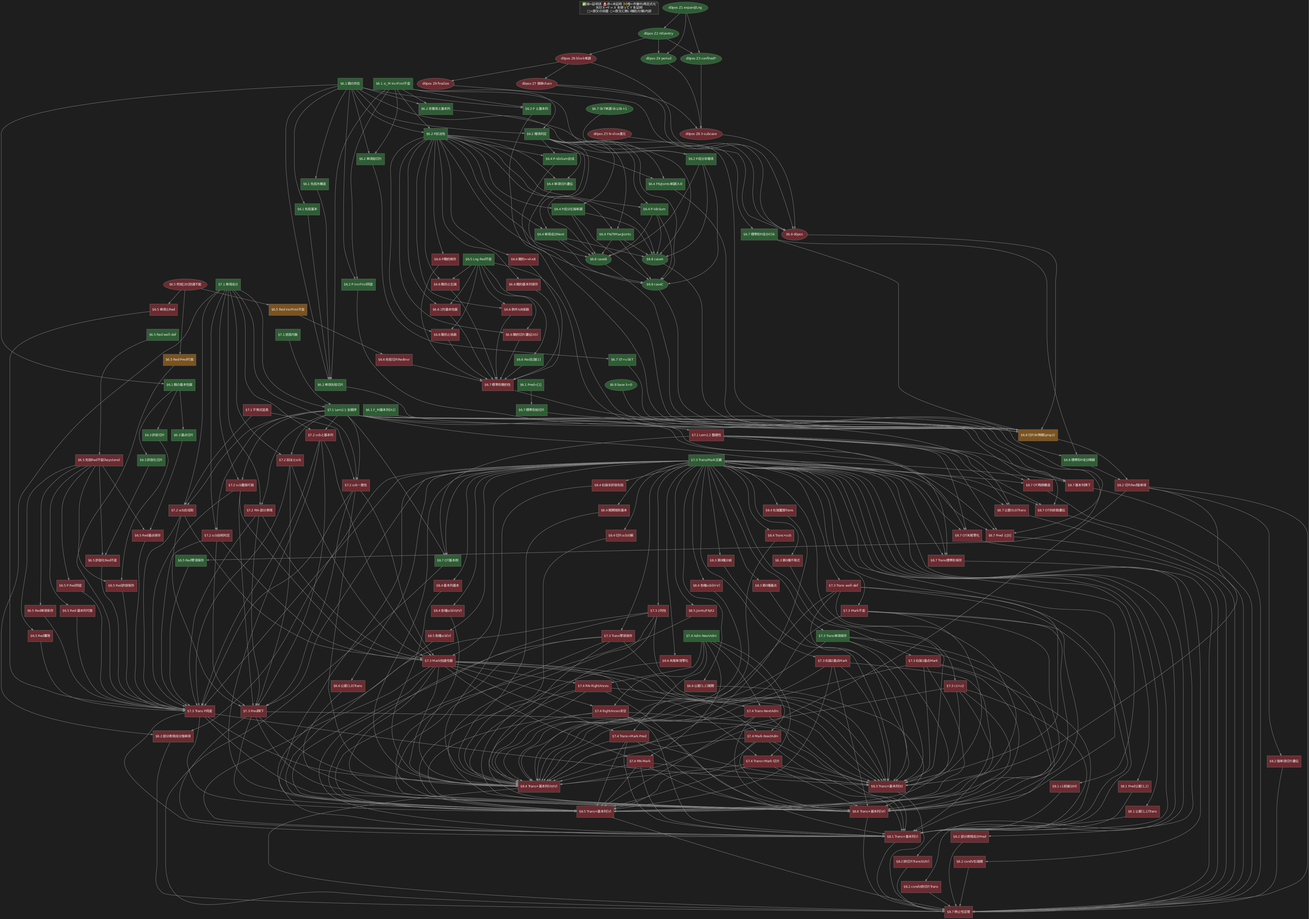
Before: dag.png, a diagram exported from Graphviz (koteitan/pss-proof). Its source is kept beside it as dag.dot. Its diagram source:
```dot
digraph pss {
  rankdir=TB;   /* 前提(上) → 結論(下)、ゴール §8.7 を最下段に */
  graph [nodesep=0.18, ranksep=0.6, bgcolor="#1e1e1e"];
  node [fontcolor="#eaeaea", color="#666666"];
  edge [color="#7a7a7a", arrowsize=0.6];
  node [shape=box, style=filled, fontsize=10, fontname="sans"];
  edge [color="#888888", arrowsize=0.6];
  G [label="✅緑=証明済  🚨赤=未証明  🚧橙=作業中/再定式化\n矢印 X→Y = X を使って Y を証明\n□=原文の命題  ○=原文に無い補助/分解/内部", shape=note, fillcolor="#2a2a2a"];

  /* 原文に無い命題(我々の補助補題・証明内分解・内部)=楕円; 原文の命題=矩形(既定) */
  c_base [shape=ellipse]; c_A [shape=ellipse]; c_B [shape=ellipse]; c_C [shape=ellipse]; c_d0pos [shape=ellipse];
  Z1 [shape=ellipse]; Z2 [shape=ellipse]; Z3 [shape=ellipse]; Z4 [shape=ellipse]; Z5 [shape=ellipse];
  Z6 [shape=ellipse]; Z7 [shape=ellipse]; Z8 [shape=ellipse]; Z9 [shape=ellipse];
  SkTmono [shape=ellipse]; dead20 [shape=ellipse];

  /* ===== color classes ===== */
  /* green #2e5d34, red #6b2b30, orange #7a5320 */

  /* ===================== §8.7 主結果 (ROOT) ===================== */
    T87 [label="§8.7 停止性定理", fillcolor="#6b2b30"];
    a_const00 [label="§8.7 公差(0,0)Trans", fillcolor="#6b2b30"];
    a_fseq [label="§8.7 基本列降下", fillcolor="#6b2b30"];
    a_otrec [label="§8.7 OT再帰構造", fillcolor="#6b2b30"];
    a_otdom [label="§8.7 OT共終数遺伝", fillcolor="#6b2b30"];
    a_ottail [label="§8.7 OT末尾零化", fillcolor="#6b2b30"];
    a_pred0 [label="§8.7 Pred と[0]", fillcolor="#6b2b30"];
    a_otex [label="§8.7 OT基本例", fillcolor="#2e5d34"];
    a_transOT [label="§8.7 Trans標準形保存", fillcolor="#6b2b30"];

  /* ===================== §8.2 強単項性 (critical) ===================== */
    p82_sm [label="§8.2 切片Red強単項", fillcolor="#6b2b30"];
    p82_t24 [label="§8.2 終切片Trans(II/IV)", fillcolor="#6b2b30"];
    p82_smsl [label="§8.2 強単項切片遺伝", fillcolor="#6b2b30"];
    p82_cPred [label="§8.2 部分表現成分Pred", fillcolor="#6b2b30"];
    p82_csm [label="§8.2 部分表現成分強単項", fillcolor="#6b2b30"];
    p82_vpar [label="§8.2 condV右端親", fillcolor="#6b2b30"];
    p82_vt [label="§8.2 condV終切片Trans", fillcolor="#6b2b30"];

  /* ===================== §8.1/3/4/5/6 展開規則 ===================== */
    p81_ex [label="§8.1 Trans×基本列(I)", fillcolor="#6b2b30"];
    p81_d11 [label="§8.1 公差(1,1)Trans", fillcolor="#6b2b30"];
    p81_pd [label="§8.1 Pred公差(1,1)", fillcolor="#6b2b30"];
    p81_c1 [label="§8.1 c1前後(I/III)", fillcolor="#6b2b30"];
    p83_ex [label="§8.3 Trans×基本列(II)", fillcolor="#6b2b30"];
    p83_iq [label="§8.3 第0種不等式", fillcolor="#6b2b30"];
    p83_br [label="§8.3 第0種分岐", fillcolor="#6b2b30"];
    p83_mk [label="§8.3 第0種基点", fillcolor="#6b2b30"];
    p84_ex [label="§8.4 Trans×基本列(III/IV)", fillcolor="#6b2b30"];
    p84_na [label="§8.4 右端非許容先祖", fillcolor="#6b2b30"];
    p84_rp [label="§8.4 右端置換Trans", fillcolor="#6b2b30"];
    p84_rule [label="§8.4 展開規則基本", fillcolor="#6b2b30"];
    p84_scb [label="§8.4 Trans×scb", fillcolor="#6b2b30"];
    p84_sl [label="§8.4 切片scb分解", fillcolor="#6b2b30"];
    p84_sv [label="§8.4 各種scb(III-V)", fillcolor="#6b2b30"];
    p84_s4 [label="§8.4 各種scb(III/IV)", fillcolor="#6b2b30"];
    p84_fs [label="§8.4 基本列基本", fillcolor="#6b2b30"];
    p85_ex [label="§8.5 Trans×基本列(V)", fillcolor="#6b2b30"];
    p85_jf [label="§8.5 Joints/FN/t2", fillcolor="#6b2b30"];
    p85_scb [label="§8.5 各種scb(V)", fillcolor="#6b2b30"];
    p86_ex [label="§8.6 Trans×基本列(VI)", fillcolor="#6b2b30"];
    p86_d10 [label="§8.6 公差(1,0)Trans", fillcolor="#6b2b30"];
    p86_d11 [label="§8.6 公差(1,1)展開", fillcolor="#6b2b30"];
    p86_an [label="§8.6 末尾単項零化", fillcolor="#6b2b30"];

  /* ===================== §7.3 翻訳写像 ===================== */
    transdef [label="§7.3 Trans/Mark定義", fillcolor="#2e5d34"];
    p73_wd [label="§7.3 Trans well-def", fillcolor="#6b2b30"];
    p73_2col [label="§7.3 2列性", fillcolor="#6b2b30"];
    p73_Pinv [label="§7.3 Trans P同変", fillcolor="#6b2b30"];
    p73_Mkinv [label="§7.3 Mark不変", fillcolor="#6b2b30"];
    p73_zero [label="§7.3 Trans零項保存", fillcolor="#6b2b30"];
    p73_c1c2 [label="§7.3 c1<c2", fillcolor="#6b2b30"];
    p73_pred [label="§7.3 Pred降下", fillcolor="#6b2b30"];
    p73_mono [label="§7.3 Trans単項保存", fillcolor="#2e5d34"];
    p73_mk1 [label="§7.3 右端1基点Mark", fillcolor="#6b2b30"];
    p73_mk2 [label="§7.3 右端2基点Mark", fillcolor="#6b2b30"];
    p73_etc [label="§7.3 Mark他諸性質", fillcolor="#6b2b30"];

  /* ===================== §7.4 許容的親子 ===================== */
    p74_adm [label="§7.4 Adm-NextAdm", fillcolor="#2e5d34"];
    p74_tna [label="§7.4 Trans-NextAdm", fillcolor="#6b2b30"];
    p74_mna [label="§7.4 Mark-NextAdm", fillcolor="#6b2b30"];
    p74_tmp [label="§7.4 Trans=Mark·Pred", fillcolor="#6b2b30"];
    p74_tms [label="§7.4 Trans=Mark·切片", fillcolor="#6b2b30"];
    p74_rnm [label="§7.4 RN-Mark", fillcolor="#6b2b30"];
    p74_rnra [label="§7.4 RN-RightAnces", fillcolor="#6b2b30"];
    p74_razero [label="§7.4 RightAnces非空", fillcolor="#6b2b30"];

  /* ===================== §7.2 scb 分解 ===================== */
    s_repl [label="§7.2 scb置換可能", fillcolor="#6b2b30"];
    s_comp [label="§7.2 scb合成則", fillcolor="#6b2b30"];
    s_triv [label="§7.2 scb自明判定", fillcolor="#6b2b30"];
    s_uniq [label="§7.2 scb一意性", fillcolor="#6b2b30"];
    s_add [label="§7.2 加法とscb", fillcolor="#6b2b30"];
    s_fseq [label="§7.2 scbと基本列", fillcolor="#6b2b30"];
    s_rn [label="§7.2 RN-部分表現", fillcolor="#6b2b30"];

  /* ===================== §7.1 Buchholz表記 ===================== */
    p71_par [label="§7.1 括弧均衡", fillcolor="#2e5d34"];
    p71_tc [label="§7.1 単項成分", fillcolor="#2e5d34"];
    p71_ext [label="§7.1 不等式延長", fillcolor="#6b2b30"];
    lem21 [label="§7.1 Lem2.1 全順序", fillcolor="#2e5d34"];
    lem22 [label="§7.1 Lem2.2 整礎性", fillcolor="#6b2b30"];

  /* ===================== §6.8 降順性 ===================== */
    p68_p1 [label="§6.8 切片Br降順(prop1)", fillcolor="#7a5320"];
    p68_p2 [label="§6.8 標準形P成分降順", fillcolor="#2e5d34"];
    c_base [label="§6.8 base k=0", fillcolor="#2e5d34"];
    c_A [label="§6.8 caseA", fillcolor="#2e5d34"];
    c_B [label="§6.8 caseB", fillcolor="#2e5d34"];
    c_C [label="§6.8 caseC", fillcolor="#2e5d34"];
    c_d0pos [label="§6.8 d0pos", fillcolor="#6b2b30"];

  /* d0pos infra Z1-Z9 */
    Z1 [label="d0pos Z1 expand/Lng", fillcolor="#2e5d34"];
    Z2 [label="d0pos Z2 nth/entry", fillcolor="#2e5d34"];
    Z3 [label="d0pos Z3 confined*", fillcolor="#2e5d34"];
    Z4 [label="d0pos Z4 period", fillcolor="#2e5d34"];
    Z5 [label="d0pos Z5 N-slice還元", fillcolor="#6b2b30"];
    Z6 [label="d0pos Z6 block単調", fillcolor="#6b2b30"];
    Z7 [label="d0pos Z7 推移chain", fillcolor="#6b2b30"];
    Z8 [label="d0pos Z8 3-subcase", fillcolor="#6b2b30"];
    Z9 [label="d0pos Z9 finalize", fillcolor="#6b2b30"];

  /* ===================== §6.7 標準形 ===================== */
    p67_un [label="§6.7 ST=∪SkT", fillcolor="#2e5d34"];
    p67_red [label="§6.7 標準形簡約性", fillcolor="#6b2b30"];
    p67_Pc [label="§6.7 標準形P成分∈Sk", fillcolor="#2e5d34"];
    p67_pre [label="§6.7 標準形始切片", fillcolor="#2e5d34"];
    SkTmono [label="§6.7 SkT単調 Sk⊆Sk+1", fillcolor="#2e5d34"];

  /* ===================== §6.6 簡約性 ===================== */
    p66_sl [label="§6.6 簡約切片遺伝(A5)", fillcolor="#6b2b30"];
    p66_P [label="§6.6 P簡約保存", fillcolor="#6b2b30"];
    p66_op [label="§6.6 簡約基本列保存", fillcolor="#6b2b30"];
    p66_iff [label="§6.6 簡約⟺A∧B", fillcolor="#6b2b30"];
    p66_le1 [label="§6.6 Red左端(1)", fillcolor="#2e5d34"];
    p66_coef [label="§6.6 簡約と係数", fillcolor="#6b2b30"];
    p66_le [label="§6.6 簡約と左端", fillcolor="#6b2b30"];
    p66_AB [label="§6.6 条件A/B係数", fillcolor="#6b2b30"];
    p66_ari [label="§6.6 先祖切片RedIncr", fillcolor="#6b2b30"];
    p66_1c [label="§6.6 1列基本性質", fillcolor="#6b2b30"];

  /* ===================== §6.5 簡約化 Red ===================== */
    r_wd [label="§6.5 Red well-def", fillcolor="#2e5d34"];
    r_incr [label="§6.5 Red IncrFirst不変", fillcolor="#7a5320"];
    r_lng [label="§6.5 Lng Red不変", fillcolor="#2e5d34"];
    r_zero [label="§6.5 Red零項保存", fillcolor="#2e5d34"];
    r_le [label="§6.5 先祖Red不変(keystone)", fillcolor="#6b2b30"];
    r_mono [label="§6.5 Red単項保存", fillcolor="#6b2b30"];
    r_PRed [label="§6.5 P Red同変", fillcolor="#6b2b30"];
    r_idem [label="§6.5 Red冪等", fillcolor="#6b2b30"];
    r_pred [label="§6.5 Red·Pred可換", fillcolor="#7a5320"];
    r_oper [label="§6.5 Red·基本列可換", fillcolor="#6b2b30"];
    r_adm [label="§6.5 Red許容保存", fillcolor="#6b2b30"];
    r_admof [label="§6.5 許容化Red不変", fillcolor="#6b2b30"];
    r_mark [label="§6.5 Red基点保存", fillcolor="#6b2b30"];
    r_mRed [label="§6.5 単項とRed", fillcolor="#6b2b30"];
    dead20 [label="§6.5 死枝[20]到達不能", fillcolor="#6b2b30"];

  /* ===================== §6.1-6.4 (全✅) ===================== */
    p64_idx [label="§6.4 P-IdxSum", fillcolor="#2e5d34"];
    p64_idxc [label="§6.4 P-IdxSum合成", fillcolor="#2e5d34"];
    p64_lend [label="§6.4 P成分左端単調", fillcolor="#2e5d34"];
    p64_next [label="§6.4 単項成分Next", fillcolor="#2e5d34"];
    p64_ftj [label="§6.4 FN/TrMax/Joints", fillcolor="#2e5d34"];
    p64_ftjm [label="§6.4 FN/Joints単調(A3)", fillcolor="#2e5d34"];
    p64_sl [label="§6.4 単項切片遺伝", fillcolor="#2e5d34"];
    p62_crit [label="§6.2 複項判定", fillcolor="#2e5d34"];
    p62_pre [label="§6.2 単項始切片", fillcolor="#2e5d34"];
    p62_anc [label="§6.2 単項先祖切片", fillcolor="#2e5d34"];
    p62_Pinv [label="§6.2 P IncrFirst同変", fillcolor="#2e5d34"];
    p62_Pnm [label="§6.2 P成分非複項", fillcolor="#2e5d34"];
    p62_Padd [label="§6.2 P加法性", fillcolor="#2e5d34"];
    p62_Pop [label="§6.2 P と基本列", fillcolor="#2e5d34"];
    p62_nmop [label="§6.2 非複項と基本列", fillcolor="#2e5d34"];
    p63_sl [label="§6.3 許容切片", fillcolor="#2e5d34"];
    p63_of [label="§6.3 許容化切片", fillcolor="#2e5d34"];
    p63_mk [label="§6.3 基点切片", fillcolor="#2e5d34"];
    p61 [label="§6.1 ≤_M IncrFirst不変", fillcolor="#2e5d34"];
    p5_pex [label="§6.1 親の存在", fillcolor="#2e5d34"];
    p5_pb [label="§6.1 親の基本性質", fillcolor="#2e5d34"];
    p5_ab [label="§6.1 先祖基本", fillcolor="#2e5d34"];
    p5_at [label="§6.1 先祖木構造", fillcolor="#2e5d34"];
    p5_pred [label="§6.1 Pred=[1]", fillcolor="#2e5d34"];
    p5_F [label="§6.1 F_M基本列(A1)", fillcolor="#2e5d34"];

  /* ===================== EDGES (前提 → 結論) ===================== */
  /* --- §8.7 root (sink) --- */
  {a_const00 a_fseq a_otrec a_otdom a_ottail a_pred0 a_otex a_transOT} -> T87;
  {p81_ex p83_ex p84_ex p85_ex p86_ex p82_sm} -> T87;

  /* --- critical path --- */
  p68_p1 -> p82_sm;
  p82_sm -> p82_smsl;
  transdef -> {p82_t24 p82_csm p82_cPred p82_vpar p82_vt};
  p71_tc -> p82_csm;

  /* --- §6.8 prop1 internal --- */
  {c_base c_A c_B c_C c_d0pos} -> p68_p1;
  {p62_Padd p62_Pnm p62_crit p64_idx p64_next p64_ftj p64_lend} -> {c_A c_B c_C};
  p67_Pc -> p68_p1;
  {Z5 Z6 Z7 Z8 Z9} -> c_d0pos;
  Z1 -> Z2; Z2 -> Z3; Z2 -> Z4; Z1 -> Z3; Z1 -> Z4;
  Z2 -> Z6; Z6 -> Z7; Z7 -> Z8; Z3 -> Z8; Z4 -> Z8; Z6 -> Z9;
  p67_Pc -> p68_p2; p62_Pop -> p68_p2;
  SkTmono -> p67_Pc;

  /* --- §6.5 internal (A4 / dead20) --- */
  r_lng -> r_zero;
  dead20 -> r_incr;
  dead20 -> r_pred;
  dead20 -> r_mRed;
  r_le -> {r_mono r_PRed r_idem r_oper r_adm r_admof r_mark};
  r_wd -> r_le;

  /* --- §6.6 --- */
  r_lng -> p66_le1;
  p62_Padd -> {p66_P p66_op p66_iff};
  r_incr -> p66_ari;

  /* --- §6.7 --- */
  p62_pre -> p67_un;
  p5_pred -> p67_pre;
  p66_iff -> p67_red;

  /* --- §7.1 → §7.2 → §7.3 → §7.4 --- */
  {p71_par p71_tc} -> lem21;
  lem21 -> lem22;
  p71_ext -> {s_comp s_uniq};
  {lem21 p71_tc} -> {s_repl s_comp s_triv s_uniq s_add s_fseq s_rn};
  transdef -> {p73_wd p73_2col p73_Pinv p73_Mkinv p73_zero p73_c1c2 p73_pred p73_mono p73_mk1 p73_mk2 p73_etc};
  {s_repl s_comp s_triv s_uniq s_add s_fseq s_rn} -> {p73_Pinv p73_pred p73_etc};
  {p73_etc p74_adm} -> {p74_tna p74_mna p74_tmp p74_tms p74_rnm p74_rnra p74_razero};

  /* --- §7.3/§7.4 Trans/Mark 諸性質 → §8 展開規則 --- */
  {p73_wd p73_2col p73_Pinv p73_Mkinv p73_zero p73_c1c2 p73_pred p73_mono p73_mk1 p73_mk2 p73_etc
   p74_tna p74_mna p74_tmp p74_tms p74_rnm p74_rnra p74_razero} -> {p81_ex p83_ex p84_ex p85_ex p86_ex};

  /* --- §8.x: 定義+補助補題 → 各節の主交換命題 → T87 --- */
  transdef -> {p81_ex p81_d11 p81_pd p81_c1
               p83_ex p83_iq p83_br p83_mk
               p84_ex p84_na p84_rp p84_rule p84_scb p84_sl p84_sv p84_s4 p84_fs
               p85_ex p85_jf p85_scb  p86_ex p86_d10 p86_d11 p86_an};
  {p81_d11 p81_pd p81_c1} -> p81_ex;
  {p83_iq p83_br p83_mk} -> p83_ex;
  {p84_na p84_rp p84_rule p84_scb p84_sl p84_sv p84_s4 p84_fs} -> p84_ex;
  {p85_jf p85_scb} -> p85_ex;
  {p86_d10 p86_d11 p86_an} -> p86_ex;
  s_uniq -> p84_ex; s_fseq -> p85_ex; p82_sm -> {p83_ex p84_ex};

  /* --- §8.2 残りの補題 → T87 --- */
  {p82_t24 p82_smsl p82_cPred p82_csm p82_vpar p82_vt} -> T87;

  /* --- §8.7 補助 → T87(既), 整礎性も寄与 --- */
  {transdef lem21 lem22} -> {a_const00 a_fseq a_otrec a_otdom a_ottail a_pred0 a_otex a_transOT};

  /* --- §6.x foundations (sources) --- */
  {p5_pex p61} -> {p62_crit p62_pre p62_anc p62_Pinv p62_Pnm p62_Padd p62_Pop p62_nmop};
  {p62_Padd p62_crit} -> {p64_idx p64_idxc p64_lend p64_next p64_ftj p64_ftjm p64_sl};
  p5_pb -> {p63_sl p63_of p63_mk};
  p5_pex -> {p5_pb p5_ab p5_at};

  /* --- coarse 下流配線: T87 以外の dead-end を解消 (節間, 向き=前提→結論) --- */
  {p5_ab p5_at} -> p62_anc;
  p5_F -> a_pred0;
  {p62_Pinv p62_anc p62_nmop} -> p68_p1;
  {p64_idxc p64_ftjm p64_sl} -> p68_p1;
  p63_sl -> r_adm; p63_of -> r_admof; p63_mk -> r_mark;
  {r_mono r_PRed r_idem r_oper r_zero r_adm r_admof r_mark r_pred r_mRed} -> p73_Pinv;
  {p62_Padd r_lng} -> {p66_coef p66_le p66_AB p66_1c p66_sl};
  {p66_P p66_op p66_le1 p66_ari p66_coef p66_le p66_AB p66_1c p66_sl} -> p67_red;
  {p67_un p67_pre p67_red} -> p68_p1;
  p68_p2 -> p82_sm;

}
```
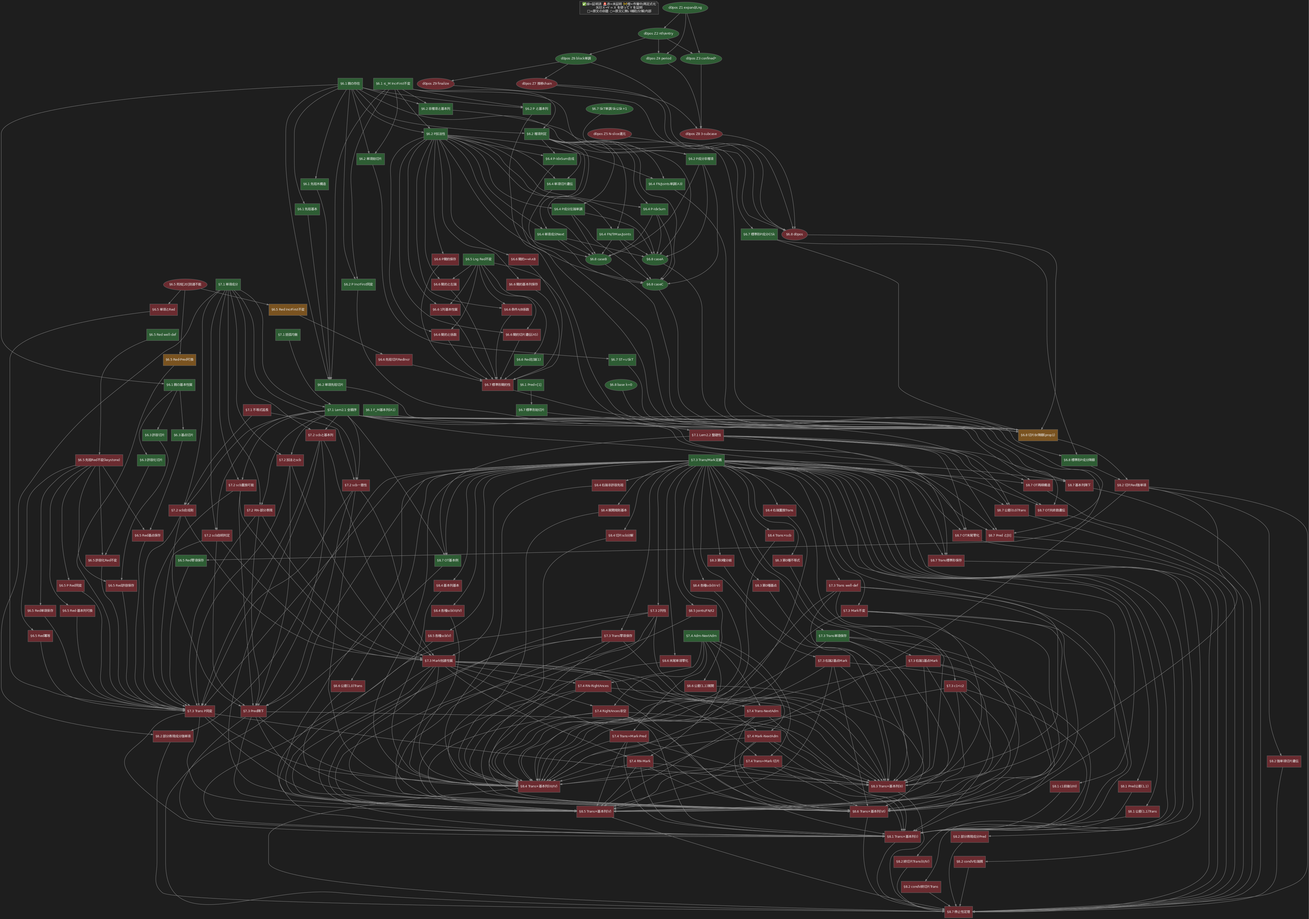
After the change.

Diff of the diagram source:
```diff
@@ -117,7 +117,7 @@
     Z3 [label="d0pos Z3 confined*", fillcolor="#2e5d34"];
     Z4 [label="d0pos Z4 period", fillcolor="#2e5d34"];
     Z5 [label="d0pos Z5 N-slice還元", fillcolor="#6b2b30"];
-    Z6 [label="d0pos Z6 block単調", fillcolor="#6b2b30"];
+    Z6 [label="d0pos Z6 block単調", fillcolor="#2e5d34"];
     Z7 [label="d0pos Z7 推移chain", fillcolor="#6b2b30"];
     Z8 [label="d0pos Z8 3-subcase", fillcolor="#6b2b30"];
     Z9 [label="d0pos Z9 finalize", fillcolor="#6b2b30"];
```
